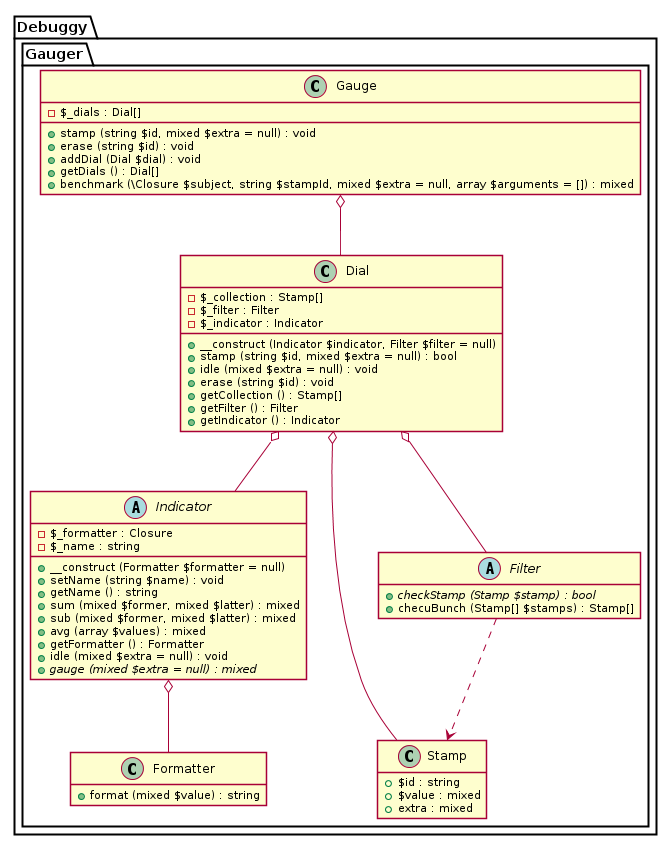
This is uml/plantuml/gauge.png from dnsl48/gauger, a PlantUML export, as it was before one commit.
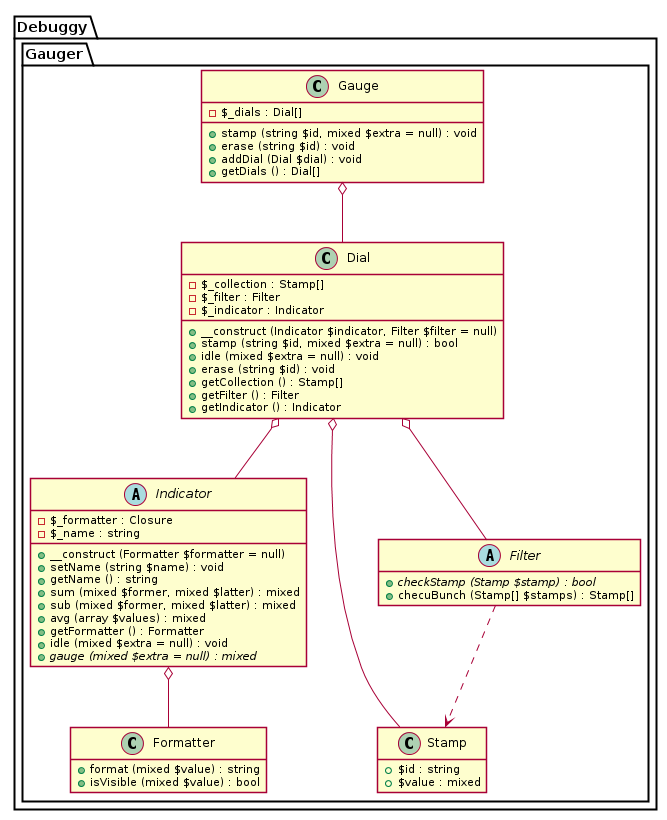
After the change.

Diff of the diagram source:
```diff
@@ -23,6 +23,7 @@
 	namespace Gauger {
 		class "Formatter" as _Formatter {
 			+ format (mixed $value) : string
+			+ isVisible (mixed $value) : bool
 		}
 	}
 }
@@ -62,7 +63,6 @@
 		class Stamp {
 			+ $id : string
 			+ $value : mixed
-			+ extra : mixed
 		}
 	}
 }
@@ -116,7 +116,6 @@
 			+ erase (string $id) : void
 			+ addDial (Dial $dial) : void
 			+ getDials () : Dial[]
-			+ benchmark (\Closure $subject, string $stampId, mixed $extra = null, array $arguments = []) : mixed
 		}
 
 		Gauge o-- Dial
```
